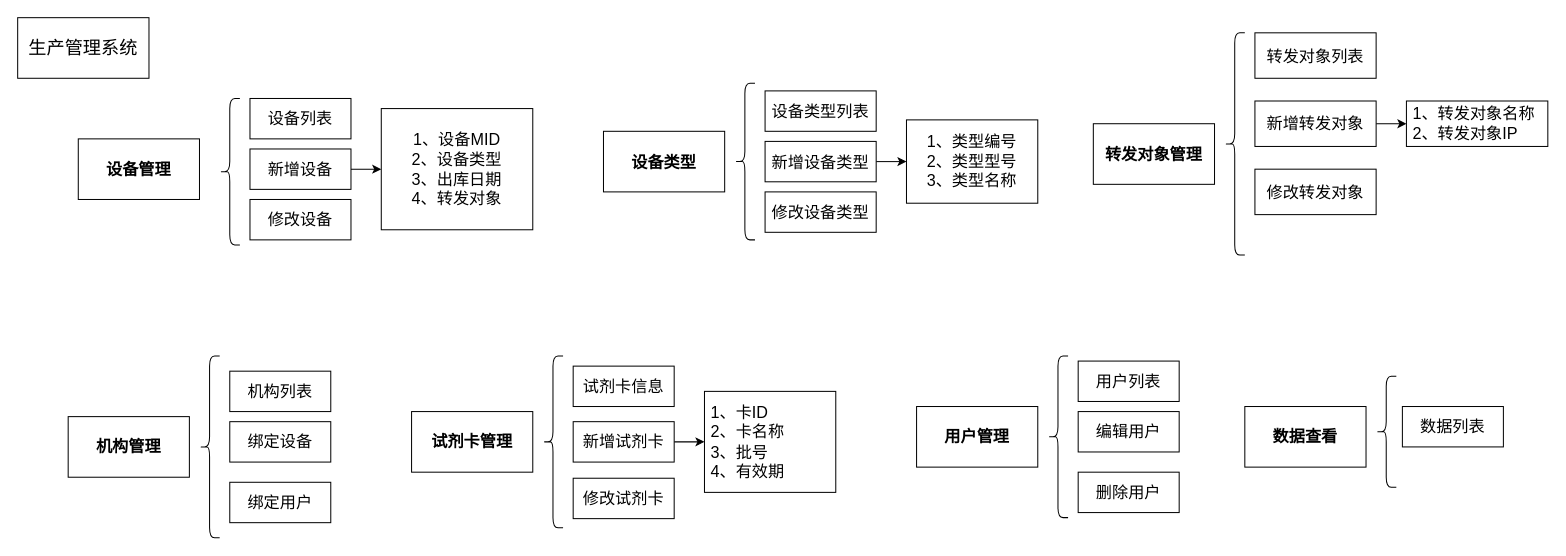
Before: 生产管理系统.drawio in lliecho/test, a draw.io diagram. Source tidied: cells renumbered, new cells numbered last; positions are measured from the earlier drawing's top-left corner, leaving out a move shared by most shapes. Both pictures are drawn from the tidied source at 101%, with x=0, y=0 at pixel (17, 17).
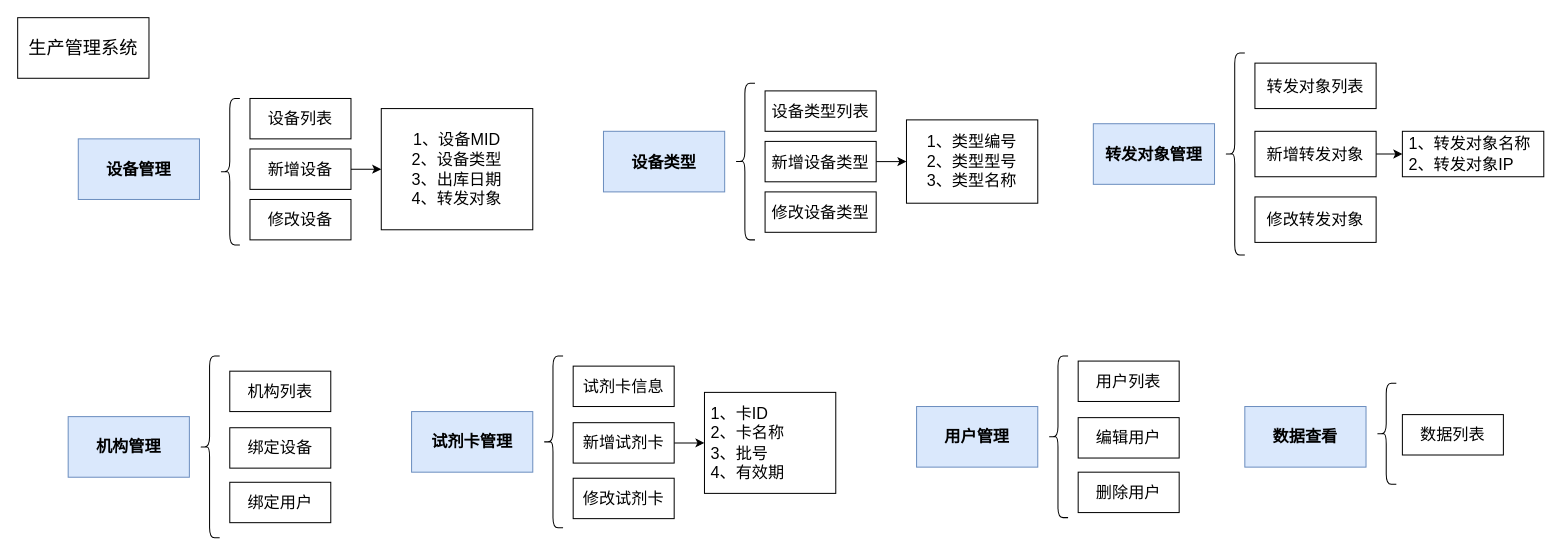
After the change.

Commit message:
更新生产管理系统.drawio

The edit, as a diff of the source:
```diff
@@
-    <mxCell id="3" value="&lt;b&gt;设备管理&lt;/b&gt;" style="rounded=0;whiteSpace=wrap;html=1;fontSize=16;" parent="1" vertex="1">
+    <mxCell id="3" value="&lt;b&gt;设备管理&lt;/b&gt;" style="rounded=0;whiteSpace=wrap;html=1;fontSize=16;fillColor=#dae8fc;strokeColor=#6c8ebf;" parent="1" vertex="1">
       <mxGeometry x="60" y="120" width="120" height="60" as="geometry" />
     </mxCell>
@@
-    <mxCell id="5" value="&lt;b&gt;试剂卡管理&lt;/b&gt;" style="rounded=0;whiteSpace=wrap;html=1;fontSize=16;" parent="1" vertex="1">
+    <mxCell id="5" value="&lt;b&gt;试剂卡管理&lt;/b&gt;" style="rounded=0;whiteSpace=wrap;html=1;fontSize=16;fillColor=#dae8fc;strokeColor=#6c8ebf;" parent="1" vertex="1">
       <mxGeometry x="390" y="390" width="120" height="60" as="geometry" />
     </mxCell>
@@
     <mxCell id="10" value="新增试剂卡" style="rounded=0;whiteSpace=wrap;html=1;fontSize=16;" parent="1" vertex="1">
-      <mxGeometry x="550" y="400" width="100" height="40" as="geometry" />
+      <mxGeometry x="550" y="401" width="100" height="40" as="geometry" />
     </mxCell>
@@
-    <mxCell id="15" value="&lt;b&gt;机构管理&lt;/b&gt;" style="rounded=0;whiteSpace=wrap;html=1;fontSize=16;" parent="1" vertex="1">
+    <mxCell id="15" value="&lt;b&gt;机构管理&lt;/b&gt;" style="rounded=0;whiteSpace=wrap;html=1;fontSize=16;fillColor=#dae8fc;strokeColor=#6c8ebf;" parent="1" vertex="1">
       <mxGeometry x="50" y="395" width="120" height="60" as="geometry" />
     </mxCell>
@@
     <mxCell id="18" value="绑定设备" style="rounded=0;whiteSpace=wrap;html=1;fontSize=16;" parent="1" vertex="1">
-      <mxGeometry x="210" y="400" width="100" height="40" as="geometry" />
+      <mxGeometry x="210" y="406" width="100" height="40" as="geometry" />
     </mxCell>
@@
-    <mxCell id="20" value="&lt;b&gt;用户管理&lt;/b&gt;" style="rounded=0;whiteSpace=wrap;html=1;fontSize=16;" parent="1" vertex="1">
+    <mxCell id="20" value="&lt;b&gt;用户管理&lt;/b&gt;" style="rounded=0;whiteSpace=wrap;html=1;fontSize=16;fillColor=#dae8fc;strokeColor=#6c8ebf;" parent="1" vertex="1">
       <mxGeometry x="890" y="385" width="120" height="60" as="geometry" />
     </mxCell>
@@
     <mxCell id="23" value="编辑用户" style="rounded=0;whiteSpace=wrap;html=1;fontSize=16;" parent="1" vertex="1">
-      <mxGeometry x="1050" y="390" width="100" height="40" as="geometry" />
+      <mxGeometry x="1050" y="396" width="100" height="40" as="geometry" />
     </mxCell>
@@
-    <mxCell id="25" value="&lt;b&gt;转发对象管理&lt;/b&gt;" style="rounded=0;whiteSpace=wrap;html=1;fontSize=16;" parent="1" vertex="1">
+    <mxCell id="25" value="&lt;b&gt;转发对象管理&lt;/b&gt;" style="rounded=0;whiteSpace=wrap;html=1;fontSize=16;fillColor=#dae8fc;strokeColor=#6c8ebf;" parent="1" vertex="1">
       <mxGeometry x="1065" y="105" width="120" height="60" as="geometry" />
     </mxCell>
     <mxCell id="26" style="shape=curlyBracket;whiteSpace=wrap;html=1;rounded=1;labelPosition=left;verticalLabelPosition=middle;align=right;verticalAlign=middle;fontSize=16;" parent="1" vertex="1">
-      <mxGeometry x="1195" y="15" width="20" height="220" as="geometry" />
+      <mxGeometry x="1195" y="35" width="20" height="200" as="geometry" />
     </mxCell>
     <mxCell id="27" value="转发对象列表" style="rounded=0;whiteSpace=wrap;html=1;fontSize=16;" parent="1" vertex="1">
-      <mxGeometry x="1225" y="15" width="120" height="45" as="geometry" />
+      <mxGeometry x="1225" y="45" width="120" height="45" as="geometry" />
     </mxCell>
@@
     <mxCell id="29" value="新增转发对象" style="rounded=0;whiteSpace=wrap;html=1;fontSize=16;" parent="1" vertex="1">
-      <mxGeometry x="1225" y="82.5" width="120" height="45" as="geometry" />
+      <mxGeometry x="1225" y="112.5" width="120" height="45" as="geometry" />
     </mxCell>
     <mxCell id="30" value="修改转发对象" style="rounded=0;whiteSpace=wrap;html=1;fontSize=16;" parent="1" vertex="1">
-      <mxGeometry x="1225" y="150" width="120" height="45" as="geometry" />
+      <mxGeometry x="1225" y="177.5" width="120" height="45" as="geometry" />
     </mxCell>
-    <mxCell id="31" value="&lt;b&gt;数据查看&lt;/b&gt;" style="rounded=0;whiteSpace=wrap;html=1;fontSize=16;" parent="1" vertex="1">
+    <mxCell id="31" value="&lt;b&gt;数据查看&lt;/b&gt;" style="rounded=0;whiteSpace=wrap;html=1;fontSize=16;fillColor=#dae8fc;strokeColor=#6c8ebf;" parent="1" vertex="1">
       <mxGeometry x="1215" y="385" width="120" height="60" as="geometry" />
     </mxCell>
     <mxCell id="32" style="shape=curlyBracket;whiteSpace=wrap;html=1;rounded=1;labelPosition=left;verticalLabelPosition=middle;align=right;verticalAlign=middle;fontSize=16;" parent="1" vertex="1">
-      <mxGeometry x="1345" y="355" width="20" height="110" as="geometry" />
+      <mxGeometry x="1345" y="362" width="20" height="100" as="geometry" />
     </mxCell>
     <mxCell id="33" value="数据列表" style="rounded=0;whiteSpace=wrap;html=1;fontSize=16;" parent="1" vertex="1">
-      <mxGeometry x="1371" y="385" width="100" height="40" as="geometry" />
+      <mxGeometry x="1371" y="393" width="100" height="40" as="geometry" />
     </mxCell>
-    <mxCell id="34" value="&lt;b&gt;设备类型&lt;/b&gt;" style="rounded=0;whiteSpace=wrap;html=1;fontSize=16;" parent="1" vertex="1">
+    <mxCell id="34" value="&lt;b&gt;设备类型&lt;/b&gt;" style="rounded=0;whiteSpace=wrap;html=1;fontSize=16;fillColor=#dae8fc;strokeColor=#6c8ebf;" parent="1" vertex="1">
       <mxGeometry x="580" y="112.5" width="120" height="60" as="geometry" />
     </mxCell>
@@
     <mxCell id="40" value="&amp;nbsp;1、转发对象名称&lt;br&gt;&amp;nbsp;2、转发对象IP" style="rounded=0;whiteSpace=wrap;html=1;fontSize=16;align=left;" parent="1" vertex="1">
-      <mxGeometry x="1375" y="82.5" width="140" height="45" as="geometry" />
+      <mxGeometry x="1371" y="112.5" width="140" height="45" as="geometry" />
     </mxCell>
@@
     <mxCell id="42" value="&amp;nbsp;1、卡ID&lt;br&gt;&amp;nbsp;2、卡名称&lt;br&gt;&amp;nbsp;3、批号&lt;br&gt;&amp;nbsp;4、有效期" style="rounded=0;whiteSpace=wrap;html=1;fontSize=16;align=left;" parent="1" vertex="1">
-      <mxGeometry x="680" y="370" width="130" height="100" as="geometry" />
+      <mxGeometry x="680" y="371" width="130" height="100" as="geometry" />
     </mxCell>
```
